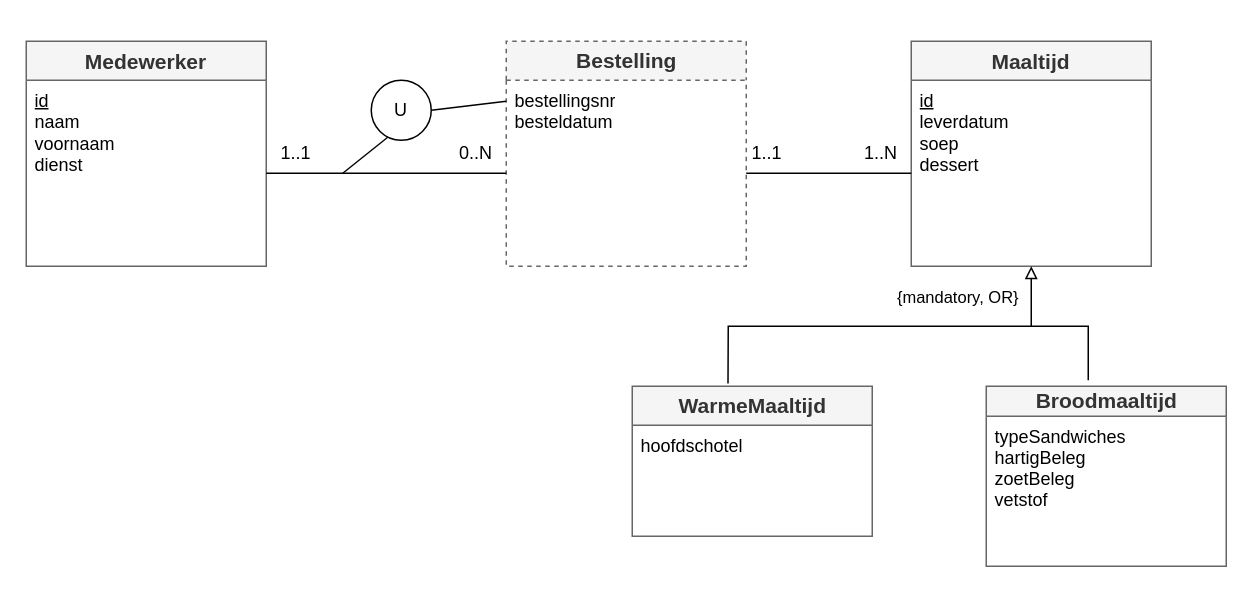
This is ERD/ERD.drawio from Web-IV/2324-webservices-BrechtVandekerckhove, a draw.io file, before an edit. Source tidied: cells renumbered, new cells numbered last; positions are measured from the earlier drawing's top-left corner, leaving out a move shared by most shapes. Both pictures are drawn from the tidied source at 150%, with x=0, y=0 at pixel (26, 40).
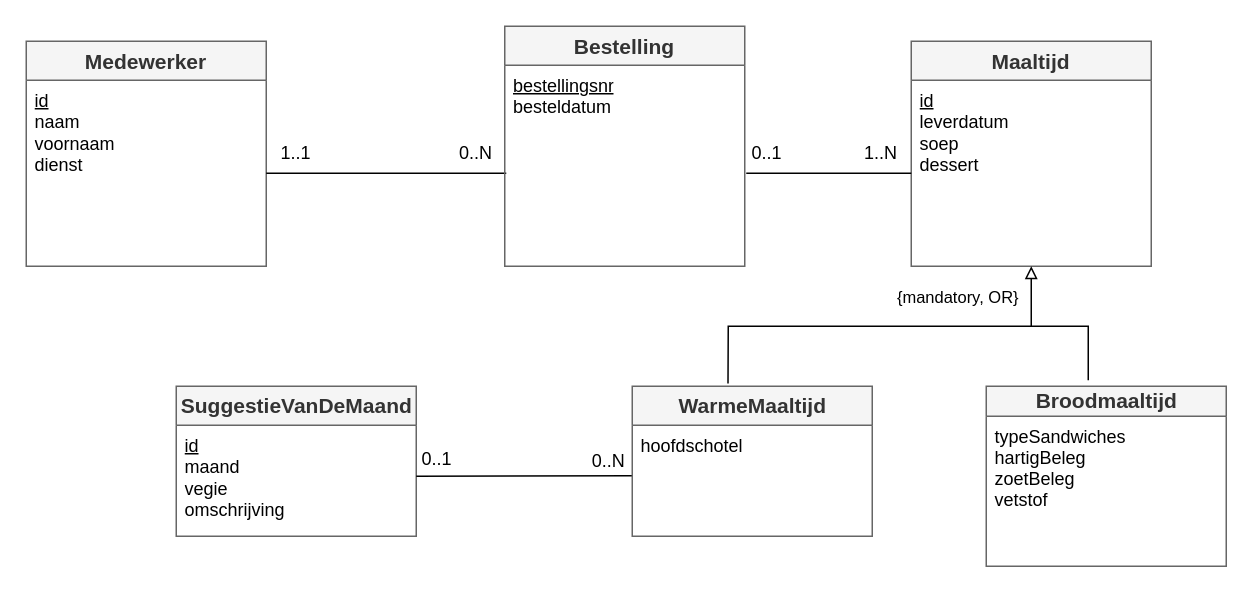
Above is the later version.

The change refers to these unchanged cells:
```xml
<mxCell id="3" value="&lt;u&gt;id&lt;/u&gt;&lt;br&gt;naam&lt;br&gt;voornaam&lt;br&gt;dienst" style="text;strokeColor=none;fillColor=none;spacingLeft=4;spacingRight=4;overflow=hidden;points=[[0,0.5],[1,0.5]];portConstraint=eastwest;fontSize=12;fontStyle=0;html=1;" parent="2" vertex="1">
  <mxGeometry y="26" width="160" height="124" as="geometry" />
</mxCell>
<mxCell id="12" value="hoofdschotel&#10;&#10;" style="text;strokeColor=none;fillColor=none;spacingLeft=4;spacingRight=4;overflow=hidden;points=[[0,0.5],[1,0.5]];portConstraint=eastwest;fontSize=12;" parent="11" vertex="1">
  <mxGeometry y="26" width="160" height="74" as="geometry" />
</mxCell>
```

What changed in the source:
```diff
@@
-    <mxCell id="4" value="Bestelling" style="swimlane;fontStyle=1;horizontal=1;startSize=26;align=center;fontSize=14;strokeColor=#666666;fillColor=#f5f5f5;fontColor=#333333;dashed=1;html=1;" parent="1" vertex="1">
-      <mxGeometry x="320" width="160" height="150" as="geometry" />
-    </mxCell>
-    <mxCell id="5" value="bestellingsnr&lt;br&gt;besteldatum" style="text;strokeColor=none;fillColor=none;spacingLeft=4;spacingRight=4;overflow=hidden;points=[[0,0.5],[1,0.5]];portConstraint=eastwest;fontSize=12;html=1;" parent="4" vertex="1">
-      <mxGeometry y="26" width="160" height="124" as="geometry" />
-    </mxCell>
-    <mxCell id="6" style="endArrow=none;html=1;rounded=0;exitX=1;exitY=0.5;exitDx=0;exitDy=0;entryX=0;entryY=0.5;entryDx=0;entryDy=0;" parent="1" edge="1" source="3" target="5">
-      <mxGeometry relative="1" as="geometry" />
+    <mxCell id="6" style="endArrow=none;html=1;rounded=0;exitX=1;exitY=0.5;exitDx=0;exitDy=0;entryX=0;entryY=0.5;entryDx=0;entryDy=0;" parent="1" edge="1" source="3">
+      <mxGeometry relative="1" as="geometry">
+        <mxPoint x="320" y="88" as="targetPoint" />
+      </mxGeometry>
     </mxCell>
@@
-    <mxCell id="15" style="endArrow=none;html=1;rounded=0;exitX=1;exitY=0.5;exitDx=0;exitDy=0;" parent="1" edge="1" source="5">
+    <mxCell id="15" style="endArrow=none;html=1;rounded=0;exitX=1;exitY=0.5;exitDx=0;exitDy=0;" parent="1" edge="1">
       <mxGeometry relative="1" as="geometry">
+        <mxPoint x="480" y="88" as="sourcePoint" />
         <mxPoint x="590" y="88" as="targetPoint" />
       </mxGeometry>
     </mxCell>
-    <mxCell id="16" value="1..1" style="text;html=1;strokeColor=none;fillColor=none;align=center;verticalAlign=middle;whiteSpace=wrap;rounded=0;" parent="1" vertex="1">
+    <mxCell id="16" value="0..1" style="text;html=1;strokeColor=none;fillColor=none;align=center;verticalAlign=middle;whiteSpace=wrap;rounded=0;" parent="1" vertex="1">
       <mxGeometry x="464" y="60" width="60" height="30" as="geometry" />
     </mxCell>
@@
-    <mxCell id="21" value="U" style="ellipse;whiteSpace=wrap;html=1;strokeColor=#000000;fillColor=#FFFFFF;" parent="1" vertex="1">
-      <mxGeometry x="230" y="26" width="40" height="40" as="geometry" />
-    </mxCell>
-    <mxCell id="22" style="endArrow=none;html=1;rounded=0;entryX=1;entryY=0.5;entryDx=0;entryDy=0;exitX=0;exitY=0.113;exitDx=0;exitDy=0;exitPerimeter=0;" parent="1" edge="1" source="5" target="21">
-      <mxGeometry relative="1" as="geometry" />
-    </mxCell>
-    <mxCell id="23" style="endArrow=none;html=1;rounded=0;entryX=0.5;entryY=1;entryDx=0;entryDy=0;" parent="1" edge="1">
-      <mxGeometry relative="1" as="geometry">
-        <mxPoint x="211" y="88" as="sourcePoint" />
-        <mxPoint x="241" y="64" as="targetPoint" />
-      </mxGeometry>
-    </mxCell>
+    <mxCell id="4" value="Bestelling" style="swimlane;fontStyle=1;horizontal=1;startSize=26;align=center;fontSize=14;strokeColor=#666666;fillColor=#f5f5f5;fontColor=#333333;" parent="1" vertex="1">
+      <mxGeometry x="319" y="-10" width="160" height="160" as="geometry" />
+    </mxCell>
+    <mxCell id="5" value="&lt;u&gt;bestellingsnr&lt;/u&gt;&lt;br&gt;besteldatum" style="text;strokeColor=none;fillColor=none;spacingLeft=4;spacingRight=4;overflow=hidden;points=[[0,0.5],[1,0.5]];portConstraint=eastwest;fontSize=12;html=1;" parent="4" vertex="1">
+      <mxGeometry y="26" width="160" height="134" as="geometry" />
+    </mxCell>
+    <mxCell id="24" value="SuggestieVanDeMaand" style="swimlane;fontStyle=1;horizontal=1;startSize=26;align=center;fontSize=14;strokeColor=#666666;fillColor=#f5f5f5;fontColor=#333333;html=1;" parent="1" vertex="1">
+      <mxGeometry x="100" y="230" width="160" height="100" as="geometry" />
+    </mxCell>
+    <mxCell id="25" value="&lt;u&gt;id&lt;/u&gt;&lt;br&gt;maand&lt;br&gt;vegie&lt;br&gt;omschrijving" style="text;strokeColor=none;fillColor=none;spacingLeft=4;spacingRight=4;overflow=hidden;fontSize=12;html=1;" parent="24" vertex="1">
+      <mxGeometry y="26" width="160" height="74" as="geometry" />
+    </mxCell>
+    <mxCell id="26" style="endArrow=none;html=1;rounded=0;entryX=-0.002;entryY=0.456;entryDx=0;entryDy=0;entryPerimeter=0;" parent="1" edge="1" target="12">
+      <mxGeometry relative="1" as="geometry">
+        <mxPoint x="260" y="290" as="sourcePoint" />
+      </mxGeometry>
+    </mxCell>
+    <mxCell id="27" value="0..1" style="text;html=1;strokeColor=none;fillColor=none;align=center;verticalAlign=middle;whiteSpace=wrap;rounded=0;" parent="1" vertex="1">
+      <mxGeometry x="244" y="264" width="60" height="30" as="geometry" />
+    </mxCell>
+    <mxCell id="28" value="0..N" style="text;html=1;strokeColor=none;fillColor=none;align=center;verticalAlign=middle;whiteSpace=wrap;rounded=0;" parent="1" vertex="1">
+      <mxGeometry x="358" y="265" width="61" height="30" as="geometry" />
+    </mxCell>
```
